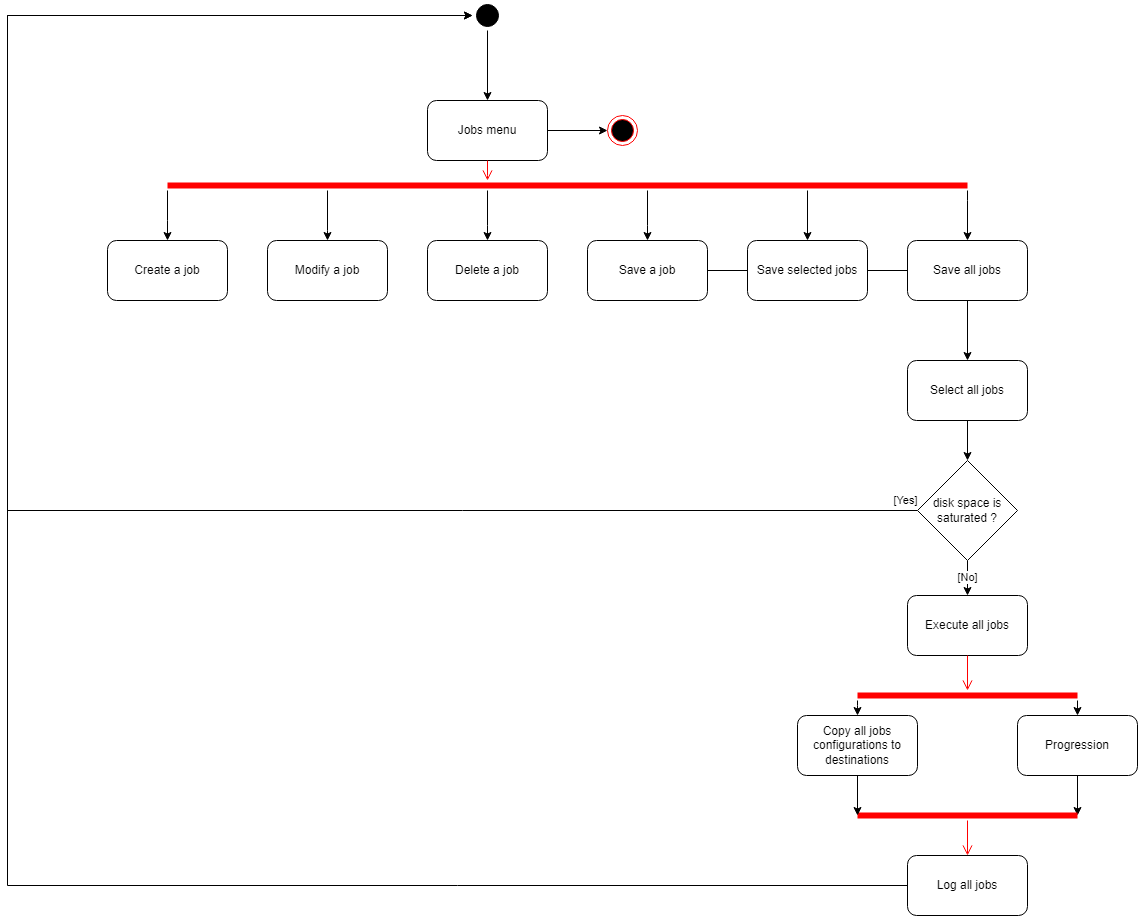
This is CDC/3.0/activity_diagram_job_saveAll.png from Atineon/easysave_production, a draw.io export, as it was before one commit. Source tidied: cells renumbered, new cells last; positions are measured from the earlier drawing's top-left corner, leaving out a move shared by most shapes. Source of this version:
```xml
<mxGraphModel background="#ffffff">
  <root>
    <mxCell id="0" />
    <mxCell id="1" parent="0" />
    <mxCell id="2" style="edgeStyle=orthogonalEdgeStyle;rounded=0;jettySize=auto;html=1;endArrow=classic;endFill=1;elbow=vertical;" parent="1" edge="1" source="3" target="23">
      <mxGeometry relative="1" as="geometry" />
    </mxCell>
    <mxCell id="3" value="Jobs menu" style="rounded=1;whiteSpace=wrap;html=1;" parent="1" vertex="1">
      <mxGeometry x="420" y="100" width="120" height="60" as="geometry" />
    </mxCell>
    <mxCell id="4" value="Create a job" style="rounded=1;whiteSpace=wrap;html=1;" parent="1" vertex="1">
      <mxGeometry x="100" y="240" width="120" height="60" as="geometry" />
    </mxCell>
    <mxCell id="5" value="Modify a job" style="rounded=1;whiteSpace=wrap;html=1;" parent="1" vertex="1">
      <mxGeometry x="260" y="240" width="120" height="60" as="geometry" />
    </mxCell>
    <mxCell id="6" value="Delete a job" style="rounded=1;whiteSpace=wrap;html=1;" parent="1" vertex="1">
      <mxGeometry x="420" y="240" width="120" height="60" as="geometry" />
    </mxCell>
    <mxCell id="7" style="edgeStyle=orthogonalEdgeStyle;rounded=0;jettySize=auto;html=1;" parent="1" edge="1" source="8" target="25">
      <mxGeometry relative="1" as="geometry" />
    </mxCell>
    <mxCell id="8" value="Save a job" style="rounded=1;whiteSpace=wrap;html=1;" parent="1" vertex="1">
      <mxGeometry x="580" y="240" width="120" height="60" as="geometry" />
    </mxCell>
    <mxCell id="9" value="Save all jobs" style="rounded=1;whiteSpace=wrap;html=1;" parent="1" vertex="1">
      <mxGeometry x="900" y="240" width="120" height="60" as="geometry" />
    </mxCell>
    <mxCell id="10" value="Save selected jobs" style="rounded=1;whiteSpace=wrap;html=1;" parent="1" vertex="1">
      <mxGeometry x="740" y="240" width="120" height="60" as="geometry" />
    </mxCell>
    <mxCell id="11" style="edgeStyle=orthogonalEdgeStyle;rounded=0;jettySize=auto;html=1;endArrow=classic;endFill=1;elbow=vertical;" parent="1" edge="1" source="32" target="22">
      <mxGeometry relative="1" as="geometry">
        <Array as="points">
          <mxPoint y="885" />
          <mxPoint y="15" />
        </Array>
      </mxGeometry>
    </mxCell>
    <mxCell id="12" style="edgeStyle=none;rounded=0;orthogonalLoop=1;jettySize=auto;html=1;exitX=0.75;exitY=0;exitDx=0;exitDy=0;endArrow=classic;endFill=1;elbow=vertical;" parent="1" edge="1">
      <mxGeometry relative="1" as="geometry">
        <mxPoint x="830" y="820" as="sourcePoint" />
        <mxPoint x="830" y="820" as="targetPoint" />
      </mxGeometry>
    </mxCell>
    <mxCell id="13" style="edgeStyle=orthogonalEdgeStyle;rounded=0;jettySize=auto;html=1;endArrow=classic;endFill=1;elbow=vertical;" parent="1" edge="1" source="22" target="3">
      <mxGeometry relative="1" as="geometry" />
    </mxCell>
    <mxCell id="14" style="edgeStyle=orthogonalEdgeStyle;rounded=0;jettySize=auto;html=1;endArrow=classic;endFill=1;elbow=vertical;" parent="1" edge="1" source="20" target="5">
      <mxGeometry relative="1" as="geometry">
        <Array as="points">
          <mxPoint x="320" y="230" />
          <mxPoint x="320" y="230" />
        </Array>
      </mxGeometry>
    </mxCell>
    <mxCell id="15" style="edgeStyle=orthogonalEdgeStyle;rounded=0;jettySize=auto;html=1;endArrow=classic;endFill=1;elbow=vertical;" parent="1" edge="1" source="20" target="4">
      <mxGeometry relative="1" as="geometry">
        <Array as="points">
          <mxPoint x="160" y="220" />
          <mxPoint x="160" y="220" />
        </Array>
      </mxGeometry>
    </mxCell>
    <mxCell id="16" style="edgeStyle=orthogonalEdgeStyle;rounded=0;jettySize=auto;html=1;endArrow=classic;endFill=1;elbow=vertical;" parent="1" edge="1" source="20" target="6">
      <mxGeometry relative="1" as="geometry">
        <Array as="points">
          <mxPoint x="480" y="225" />
          <mxPoint x="480" y="225" />
        </Array>
      </mxGeometry>
    </mxCell>
    <mxCell id="17" style="edgeStyle=orthogonalEdgeStyle;rounded=0;jettySize=auto;html=1;endArrow=classic;endFill=1;elbow=vertical;" parent="1" edge="1" source="20" target="8">
      <mxGeometry relative="1" as="geometry">
        <Array as="points">
          <mxPoint x="640" y="225" />
          <mxPoint x="640" y="225" />
        </Array>
      </mxGeometry>
    </mxCell>
    <mxCell id="18" style="edgeStyle=orthogonalEdgeStyle;rounded=0;jettySize=auto;html=1;endArrow=classic;endFill=1;elbow=vertical;" parent="1" edge="1" source="20" target="10">
      <mxGeometry relative="1" as="geometry">
        <Array as="points">
          <mxPoint x="800" y="235" />
          <mxPoint x="800" y="235" />
        </Array>
      </mxGeometry>
    </mxCell>
    <mxCell id="19" style="edgeStyle=orthogonalEdgeStyle;rounded=0;jettySize=auto;html=1;endArrow=classic;endFill=1;elbow=vertical;" parent="1" edge="1" source="20" target="9">
      <mxGeometry relative="1" as="geometry">
        <Array as="points">
          <mxPoint x="960" y="200" />
          <mxPoint x="960" y="200" />
        </Array>
      </mxGeometry>
    </mxCell>
    <mxCell id="20" style="shape=line;html=1;strokeWidth=6;strokeColor=#ff0000;gradientColor=none;" parent="1" vertex="1">
      <mxGeometry x="160" y="180" width="800" height="10" as="geometry" />
    </mxCell>
    <mxCell id="21" style="edgeStyle=orthogonalEdgeStyle;html=1;verticalAlign=bottom;endArrow=open;endSize=8;strokeColor=#ff0000;rounded=0;elbow=vertical;" parent="1" edge="1" source="3" target="20">
      <mxGeometry relative="1" as="geometry">
        <Array as="points">
          <mxPoint x="480" y="175" />
          <mxPoint x="480" y="175" />
        </Array>
      </mxGeometry>
    </mxCell>
    <mxCell id="22" style="ellipse;shape=startState;fillColor=#000000;strokeColor=#000000;" parent="1" vertex="1">
      <mxGeometry x="465" width="30" height="30" as="geometry" />
    </mxCell>
    <mxCell id="23" style="ellipse;html=1;shape=endState;fillColor=#000000;strokeColor=#ff0000;strokeWidth=1;gradientColor=none;" parent="1" vertex="1">
      <mxGeometry x="600" y="115" width="30" height="30" as="geometry" />
    </mxCell>
    <mxCell id="24" style="edgeStyle=orthogonalEdgeStyle;rounded=0;jettySize=auto;html=1;" parent="1" edge="1" source="25" target="28">
      <mxGeometry relative="1" as="geometry" />
    </mxCell>
    <mxCell id="25" value="Select all jobs" style="rounded=1;whiteSpace=wrap;html=1;" parent="1" vertex="1">
      <mxGeometry x="900" y="360" width="120" height="60" as="geometry" />
    </mxCell>
    <mxCell id="26" value="[No]" style="edgeStyle=orthogonalEdgeStyle;rounded=0;jettySize=auto;html=1;" parent="1" edge="1" source="28" target="29">
      <mxGeometry relative="1" as="geometry" />
    </mxCell>
    <mxCell id="27" value="[Yes]" style="edgeStyle=orthogonalEdgeStyle;rounded=0;jettySize=auto;html=1;" parent="1" edge="1" source="28" target="22">
      <mxGeometry x="-0.99" y="-10" relative="1" as="geometry">
        <Array as="points">
          <mxPoint y="510" />
          <mxPoint y="15" />
        </Array>
      </mxGeometry>
    </mxCell>
    <mxCell id="28" value="disk space is saturated ?" style="rhombus;whiteSpace=wrap;html=1;" parent="1" vertex="1">
      <mxGeometry x="910" y="460" width="100" height="100" as="geometry" />
    </mxCell>
    <mxCell id="29" value="Execute all jobs" style="rounded=1;whiteSpace=wrap;html=1;" parent="1" vertex="1">
      <mxGeometry x="900" y="595" width="120" height="60" as="geometry" />
    </mxCell>
    <mxCell id="30" style="edgeStyle=none;rounded=0;jettySize=auto;html=1;entryX=1;entryY=0.5;entryDx=0;entryDy=0;entryPerimeter=0;endArrow=classic;endFill=1;elbow=vertical;" parent="1" edge="1" source="31" target="33">
      <mxGeometry relative="1" as="geometry" />
    </mxCell>
    <mxCell id="31" value="Progression" style="rounded=1;whiteSpace=wrap;html=1;" parent="1" vertex="1">
      <mxGeometry x="1010" y="715" width="120" height="60" as="geometry" />
    </mxCell>
    <mxCell id="32" value="Log all jobs" style="rounded=1;whiteSpace=wrap;html=1;" parent="1" vertex="1">
      <mxGeometry x="900" y="855" width="120" height="60" as="geometry" />
    </mxCell>
    <mxCell id="33" style="shape=line;html=1;strokeWidth=6;strokeColor=#ff0000;gradientColor=none;" parent="1" vertex="1">
      <mxGeometry x="850" y="810" width="220" height="10" as="geometry" />
    </mxCell>
    <mxCell id="34" style="edgeStyle=orthogonalEdgeStyle;html=1;verticalAlign=bottom;endArrow=open;endSize=8;strokeColor=#ff0000;rounded=0;elbow=vertical;" parent="1" edge="1" source="33" target="32">
      <mxGeometry relative="1" as="geometry" />
    </mxCell>
    <mxCell id="35" style="edgeStyle=none;rounded=0;jettySize=auto;html=1;entryX=0;entryY=0.5;entryDx=0;entryDy=0;entryPerimeter=0;endArrow=classic;endFill=1;elbow=vertical;" parent="1" edge="1" source="36" target="33">
      <mxGeometry relative="1" as="geometry" />
    </mxCell>
    <mxCell id="36" value="Copy all jobs configurations to destinations" style="rounded=1;whiteSpace=wrap;html=1;" parent="1" vertex="1">
      <mxGeometry x="790" y="715" width="120" height="60" as="geometry" />
    </mxCell>
    <mxCell id="37" style="edgeStyle=orthogonalEdgeStyle;rounded=0;jettySize=auto;html=1;entryX=0.5;entryY=0;entryDx=0;entryDy=0;endArrow=classic;endFill=1;elbow=vertical;" parent="1" edge="1" source="39" target="36">
      <mxGeometry relative="1" as="geometry">
        <Array as="points">
          <mxPoint x="850" y="705" />
          <mxPoint x="850" y="705" />
        </Array>
      </mxGeometry>
    </mxCell>
    <mxCell id="38" style="edgeStyle=orthogonalEdgeStyle;rounded=0;jettySize=auto;html=1;endArrow=classic;endFill=1;elbow=vertical;" parent="1" edge="1" source="39" target="31">
      <mxGeometry relative="1" as="geometry">
        <Array as="points">
          <mxPoint x="1070" y="710" />
          <mxPoint x="1070" y="710" />
        </Array>
      </mxGeometry>
    </mxCell>
    <mxCell id="39" style="shape=line;html=1;strokeWidth=6;strokeColor=#ff0000;gradientColor=none;" parent="1" vertex="1">
      <mxGeometry x="850" y="690" width="220" height="10" as="geometry" />
    </mxCell>
    <mxCell id="40" style="edgeStyle=orthogonalEdgeStyle;html=1;verticalAlign=bottom;endArrow=open;endSize=8;strokeColor=#ff0000;rounded=0;elbow=vertical;" parent="1" edge="1" source="29" target="39">
      <mxGeometry relative="1" as="geometry" />
    </mxCell>
  </root>
</mxGraphModel>
```
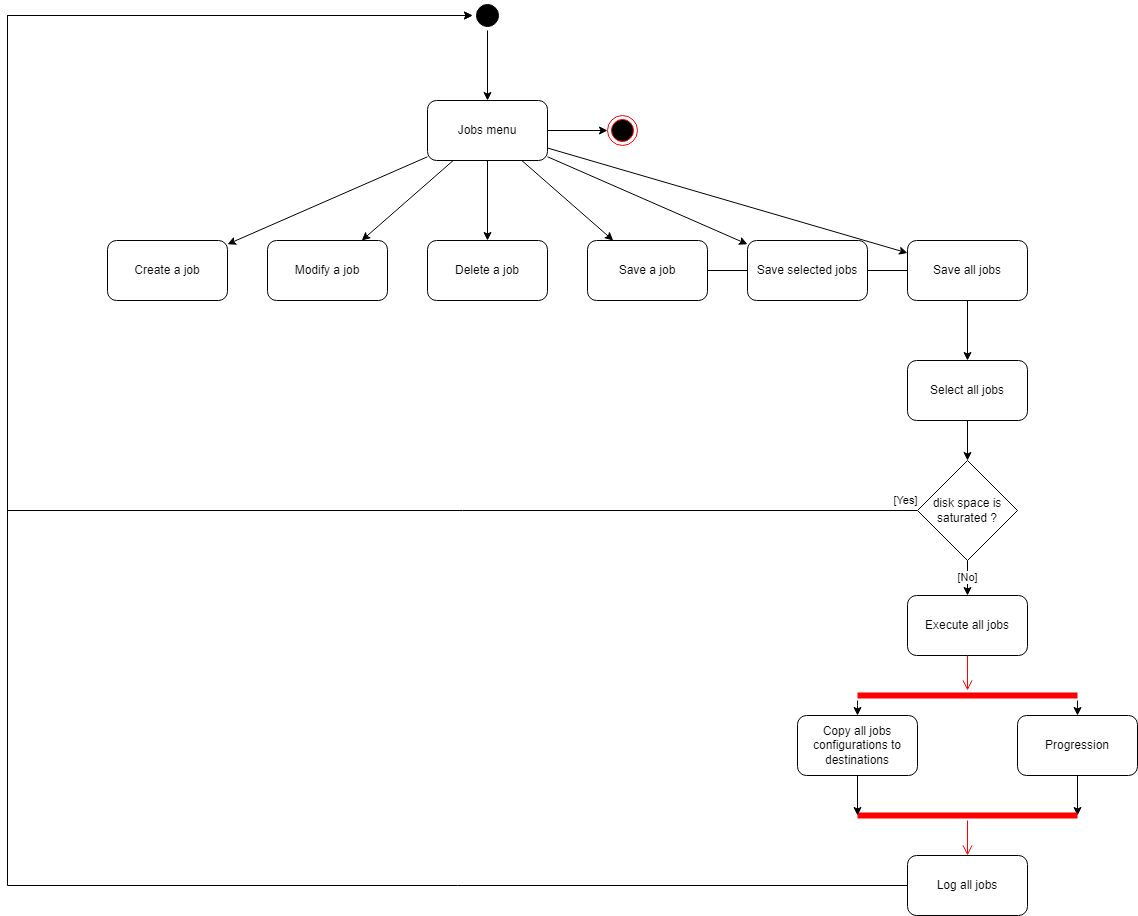
The same file after the commit.

Commit message:
fix: join activity diagram

The edit, as a diff of the source:
```diff
@@ -5,6 +5,24 @@
     <mxCell id="2" style="edgeStyle=orthogonalEdgeStyle;rounded=0;jettySize=auto;html=1;endArrow=classic;endFill=1;elbow=vertical;" parent="1" edge="1" source="3" target="23">
       <mxGeometry relative="1" as="geometry" />
     </mxCell>
+    <mxCell id="41" style="edgeStyle=none;rounded=0;jettySize=auto;html=1;" parent="1" edge="1" source="3" target="4">
+      <mxGeometry relative="1" as="geometry" />
+    </mxCell>
+    <mxCell id="42" style="edgeStyle=none;rounded=0;jettySize=auto;html=1;" parent="1" edge="1" source="3" target="5">
+      <mxGeometry relative="1" as="geometry" />
+    </mxCell>
+    <mxCell id="43" style="edgeStyle=none;rounded=0;jettySize=auto;html=1;" parent="1" edge="1" source="3" target="6">
+      <mxGeometry relative="1" as="geometry" />
+    </mxCell>
+    <mxCell id="44" style="edgeStyle=none;rounded=0;jettySize=auto;html=1;" parent="1" edge="1" source="3" target="8">
+      <mxGeometry relative="1" as="geometry" />
+    </mxCell>
+    <mxCell id="45" style="edgeStyle=none;rounded=0;jettySize=auto;html=1;" parent="1" edge="1" source="3" target="10">
+      <mxGeometry relative="1" as="geometry" />
+    </mxCell>
+    <mxCell id="46" style="edgeStyle=none;rounded=0;jettySize=auto;html=1;" parent="1" edge="1" source="3" target="9">
+      <mxGeometry relative="1" as="geometry" />
+    </mxCell>
     <mxCell id="3" value="Jobs menu" style="rounded=1;whiteSpace=wrap;html=1;" parent="1" vertex="1">
       <mxGeometry x="420" y="100" width="120" height="60" as="geometry" />
     </mxCell>
@@ -46,65 +64,6 @@
     <mxCell id="13" style="edgeStyle=orthogonalEdgeStyle;rounded=0;jettySize=auto;html=1;endArrow=classic;endFill=1;elbow=vertical;" parent="1" edge="1" source="22" target="3">
       <mxGeometry relative="1" as="geometry" />
     </mxCell>
-    <mxCell id="14" style="edgeStyle=orthogonalEdgeStyle;rounded=0;jettySize=auto;html=1;endArrow=classic;endFill=1;elbow=vertical;" parent="1" edge="1" source="20" target="5">
-      <mxGeometry relative="1" as="geometry">
-        <Array as="points">
-          <mxPoint x="320" y="230" />
-          <mxPoint x="320" y="230" />
-        </Array>
-      </mxGeometry>
-    </mxCell>
-    <mxCell id="15" style="edgeStyle=orthogonalEdgeStyle;rounded=0;jettySize=auto;html=1;endArrow=classic;endFill=1;elbow=vertical;" parent="1" edge="1" source="20" target="4">
-      <mxGeometry relative="1" as="geometry">
-        <Array as="points">
-          <mxPoint x="160" y="220" />
-          <mxPoint x="160" y="220" />
-        </Array>
-      </mxGeometry>
-    </mxCell>
-    <mxCell id="16" style="edgeStyle=orthogonalEdgeStyle;rounded=0;jettySize=auto;html=1;endArrow=classic;endFill=1;elbow=vertical;" parent="1" edge="1" source="20" target="6">
-      <mxGeometry relative="1" as="geometry">
-        <Array as="points">
-          <mxPoint x="480" y="225" />
-          <mxPoint x="480" y="225" />
-        </Array>
-      </mxGeometry>
-    </mxCell>
-    <mxCell id="17" style="edgeStyle=orthogonalEdgeStyle;rounded=0;jettySize=auto;html=1;endArrow=classic;endFill=1;elbow=vertical;" parent="1" edge="1" source="20" target="8">
-      <mxGeometry relative="1" as="geometry">
-        <Array as="points">
-          <mxPoint x="640" y="225" />
-          <mxPoint x="640" y="225" />
-        </Array>
-      </mxGeometry>
-    </mxCell>
-    <mxCell id="18" style="edgeStyle=orthogonalEdgeStyle;rounded=0;jettySize=auto;html=1;endArrow=classic;endFill=1;elbow=vertical;" parent="1" edge="1" source="20" target="10">
-      <mxGeometry relative="1" as="geometry">
-        <Array as="points">
-          <mxPoint x="800" y="235" />
-          <mxPoint x="800" y="235" />
-        </Array>
-      </mxGeometry>
-    </mxCell>
-    <mxCell id="19" style="edgeStyle=orthogonalEdgeStyle;rounded=0;jettySize=auto;html=1;endArrow=classic;endFill=1;elbow=vertical;" parent="1" edge="1" source="20" target="9">
-      <mxGeometry relative="1" as="geometry">
-        <Array as="points">
-          <mxPoint x="960" y="200" />
-          <mxPoint x="960" y="200" />
-        </Array>
-      </mxGeometry>
-    </mxCell>
-    <mxCell id="20" style="shape=line;html=1;strokeWidth=6;strokeColor=#ff0000;gradientColor=none;" parent="1" vertex="1">
-      <mxGeometry x="160" y="180" width="800" height="10" as="geometry" />
-    </mxCell>
-    <mxCell id="21" style="edgeStyle=orthogonalEdgeStyle;html=1;verticalAlign=bottom;endArrow=open;endSize=8;strokeColor=#ff0000;rounded=0;elbow=vertical;" parent="1" edge="1" source="3" target="20">
-      <mxGeometry relative="1" as="geometry">
-        <Array as="points">
-          <mxPoint x="480" y="175" />
-          <mxPoint x="480" y="175" />
-        </Array>
-      </mxGeometry>
-    </mxCell>
     <mxCell id="22" style="ellipse;shape=startState;fillColor=#000000;strokeColor=#000000;" parent="1" vertex="1">
       <mxGeometry x="465" width="30" height="30" as="geometry" />
     </mxCell>
```
